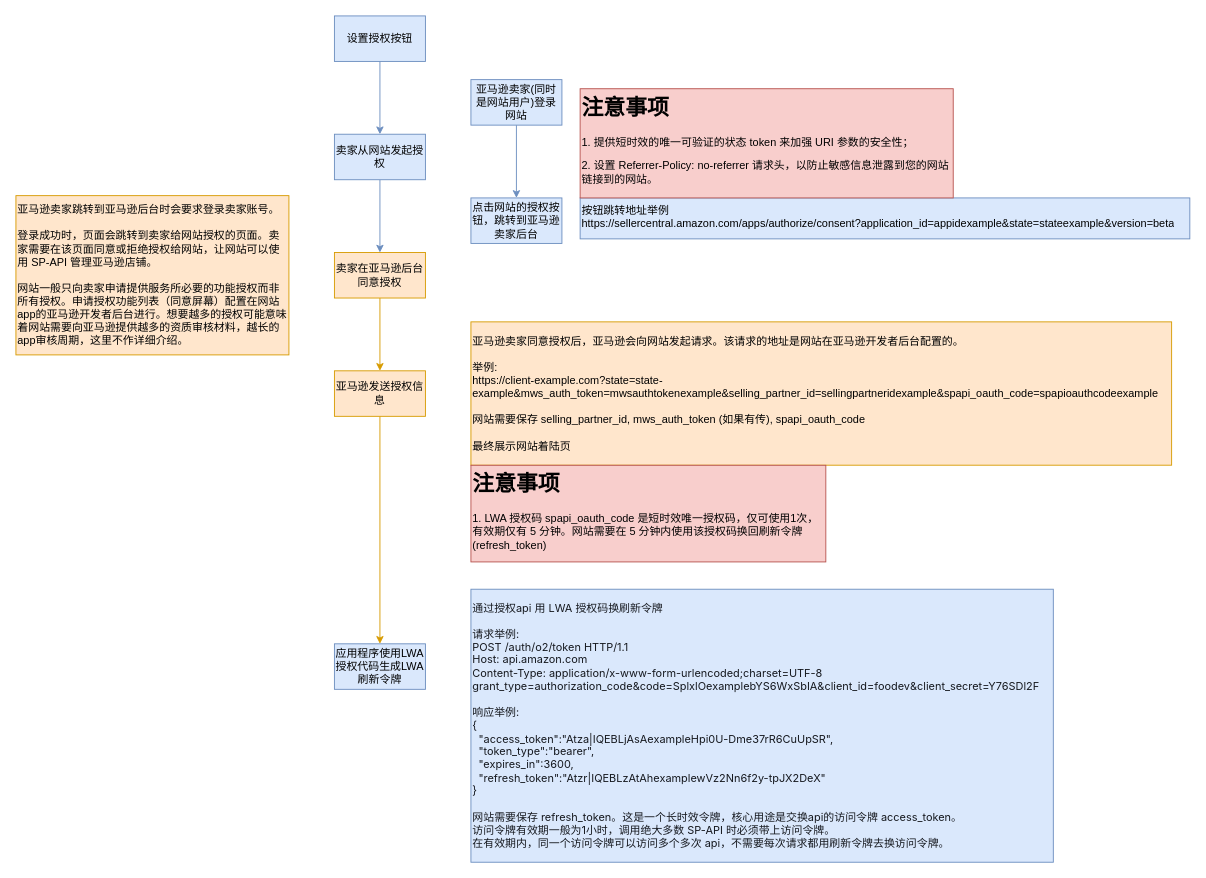
This is 网站授权工作流.drawio from pcandlej/drawio-amazon-spapi, a draw.io file, before an edit. Source tidied: cells renumbered, new cells numbered last; positions are measured from the earlier drawing's top-left corner, leaving out a move shared by most shapes. Both pictures are drawn from the tidied source at 91%, with x=0, y=0 at pixel (15, 15).
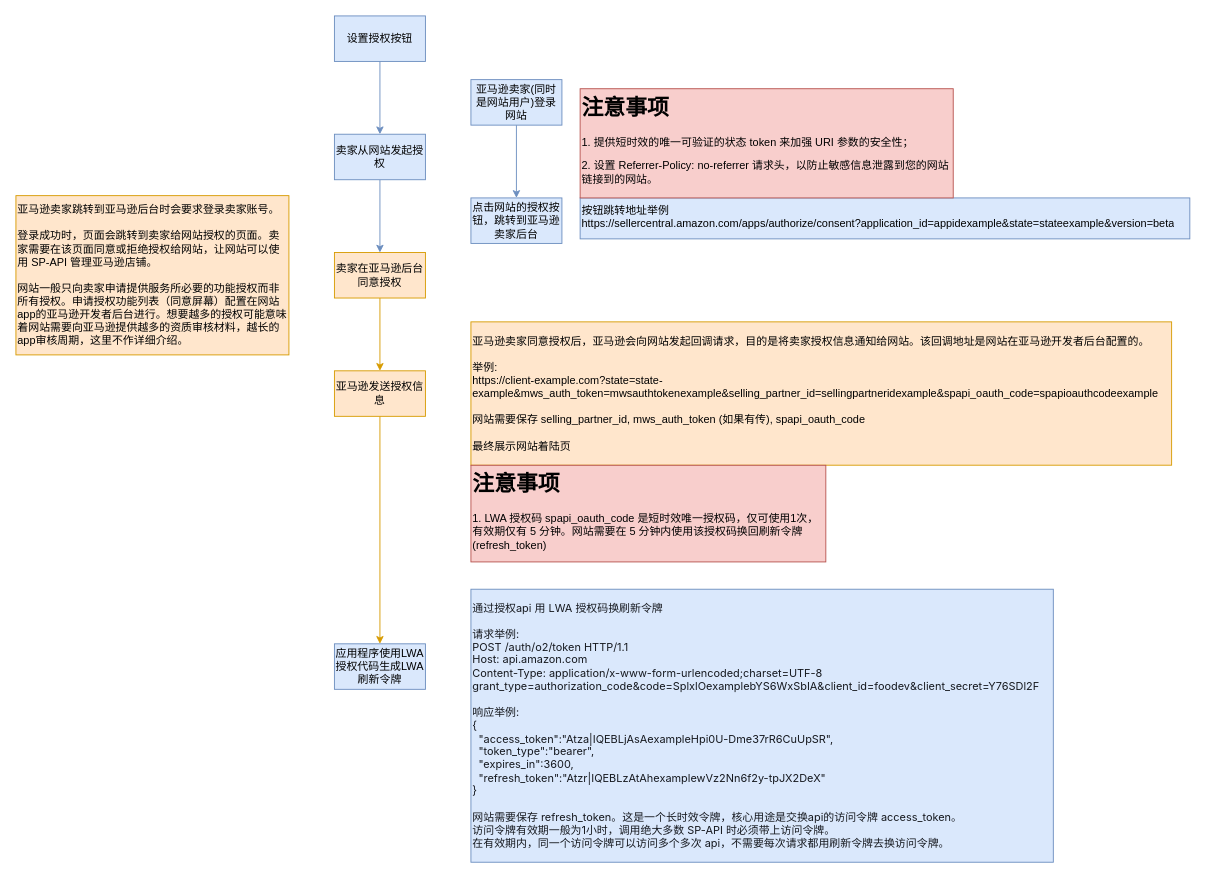
The same page after the edit.

Commit message:
更新网站授权工作流.drawio

Change to the diagram source:
```diff
@@
 <mxGraphModel>
   <root>
     <mxCell id="0" />
     <mxCell id="1" parent="0" />
     <mxCell id="2" style="edgeStyle=orthogonalEdgeStyle;rounded=0;jettySize=auto;html=1;fillColor=#dae8fc;strokeColor=#6c8ebf;" parent="1" edge="1" source="3" target="5">
       <mxGeometry relative="1" as="geometry" />
     </mxCell>
     <mxCell id="3" value="设置授权按钮" style="html=1;dashed=0;whiteSpace=wrap;fillColor=#dae8fc;strokeColor=#6c8ebf;" parent="1" vertex="1">
       <mxGeometry x="350" width="100" height="50" as="geometry" />
     </mxCell>
     <mxCell id="4" style="edgeStyle=orthogonalEdgeStyle;rounded=0;jettySize=auto;html=1;fillColor=#dae8fc;strokeColor=#6c8ebf;" parent="1" edge="1" source="5" target="7">
       <mxGeometry relative="1" as="geometry" />
     </mxCell>
     <mxCell id="5" value="卖家从网站发起授权" style="html=1;dashed=0;whiteSpace=wrap;fillColor=#dae8fc;strokeColor=#6c8ebf;" parent="1" vertex="1">
       <mxGeometry x="350" y="130" width="100" height="50" as="geometry" />
     </mxCell>
     <mxCell id="6" style="edgeStyle=orthogonalEdgeStyle;rounded=0;jettySize=auto;html=1;fillColor=#ffe6cc;strokeColor=#d79b00;" parent="1" edge="1" source="7" target="9">
       <mxGeometry relative="1" as="geometry" />
     </mxCell>
     <mxCell id="7" value="卖家在亚马逊后台同意授权" style="html=1;dashed=0;whiteSpace=wrap;fillColor=#ffe6cc;strokeColor=#d79b00;" parent="1" vertex="1">
       <mxGeometry x="350" y="260" width="100" height="50" as="geometry" />
     </mxCell>
     <mxCell id="8" style="edgeStyle=orthogonalEdgeStyle;rounded=0;jettySize=auto;html=1;fillColor=#ffe6cc;strokeColor=#d79b00;" parent="1" edge="1" source="9" target="15">
       <mxGeometry relative="1" as="geometry" />
     </mxCell>
     <mxCell id="9" value="亚马逊发送授权信息" style="html=1;dashed=0;whiteSpace=wrap;fillColor=#ffe6cc;strokeColor=#d79b00;" parent="1" vertex="1">
       <mxGeometry x="350" y="390" width="100" height="50" as="geometry" />
     </mxCell>
     <mxCell id="10" style="edgeStyle=orthogonalEdgeStyle;rounded=0;jettySize=auto;html=1;fillColor=#dae8fc;strokeColor=#6c8ebf;" parent="1" edge="1" source="11" target="12">
       <mxGeometry relative="1" as="geometry" />
     </mxCell>
     <mxCell id="11" value="亚马逊卖家(同时是网站用户)登录网站" style="html=1;dashed=0;whiteSpace=wrap;fillColor=#dae8fc;strokeColor=#6c8ebf;" parent="1" vertex="1">
       <mxGeometry x="500" y="70" width="100" height="50" as="geometry" />
     </mxCell>
     <mxCell id="12" value="点击网站的授权按钮，跳转到亚马逊卖家后台" style="html=1;dashed=0;whiteSpace=wrap;fillColor=#dae8fc;strokeColor=#6c8ebf;" parent="1" vertex="1">
       <mxGeometry x="500" y="200" width="100" height="50" as="geometry" />
     </mxCell>
     <mxCell id="13" value="按钮跳转地址举例&#10;https://sellercentral.amazon.com/apps/authorize/consent?application_id=appidexample&amp;state=stateexample&amp;version=beta&#10;" style="text;whiteSpace=wrap;overflow=hidden;rounded=0;fillColor=#dae8fc;strokeColor=#6c8ebf;" parent="1" vertex="1">
       <mxGeometry x="620" y="200" width="670" height="45" as="geometry" />
     </mxCell>
     <mxCell id="14" value="&lt;h1 style=&quot;margin-top: 0px;&quot;&gt;注意事项&lt;/h1&gt;&lt;p&gt;1. 提供短时效的唯一可验证的状态 token 来加强 URI 参数的安全性；&lt;/p&gt;&lt;p&gt;2. 设置&amp;nbsp;Referrer-Policy: no-referrer 请求头，以防止敏感信息泄露到您的网站链接到的网站。&lt;/p&gt;" style="text;html=1;whiteSpace=wrap;overflow=hidden;rounded=0;fillColor=#f8cecc;strokeColor=#b85450;" parent="1" vertex="1">
       <mxGeometry x="620" y="80" width="410" height="120" as="geometry" />
     </mxCell>
     <mxCell id="15" value="应用程序使用LWA授权代码生成LWA刷新令牌" style="html=1;dashed=0;whiteSpace=wrap;fillColor=#dae8fc;strokeColor=#6c8ebf;" parent="1" vertex="1">
       <mxGeometry x="350" y="690" width="100" height="50" as="geometry" />
     </mxCell>
     <mxCell id="16" value="亚马逊卖家跳转到亚马逊后台时会要求登录卖家账号。&lt;div&gt;&lt;br&gt;&lt;div&gt;登录成功时，页面会跳转到卖家给网站授权的页面。卖家需要在该页面同意或拒绝授权给网站，让网站可以使用 SP-API 管理亚马逊店铺。&lt;/div&gt;&lt;/div&gt;&lt;div&gt;&lt;br&gt;&lt;/div&gt;&lt;div&gt;网站一般只向卖家申请提供服务所必要的功能授权而非所有授权。申请授权功能列表（同意屏幕）配置在网站app的亚马逊开发者后台进行。想要越多的授权可能意味着网站需要向亚马逊提供越多的资质审核材料，越长的app审核周期，这里不作详细介绍。&lt;/div&gt;" style="text;html=1;align=left;verticalAlign=middle;whiteSpace=wrap;rounded=0;fillColor=#ffe6cc;strokeColor=#d79b00;" parent="1" vertex="1">
       <mxGeometry y="197.5" width="300" height="175" as="geometry" />
     </mxCell>
-    <mxCell id="17" value="亚马逊卖家同意授权后，亚马逊会向网站发起请求。该请求的地址是网站在亚马逊开发者后台配置的。&lt;div&gt;&lt;br&gt;&lt;/div&gt;&lt;div&gt;举例:&lt;/div&gt;&lt;div&gt;https://client-example.com?state=state-example&amp;amp;mws_auth_token=mwsauthtokenexample&amp;amp;selling_partner_id=sellingpartneridexample&amp;amp;spapi_oauth_code=spapioauthcodeexample&lt;br&gt;&lt;/div&gt;&lt;div&gt;&lt;br&gt;&lt;/div&gt;&lt;div&gt;网站需要保存 selling_partner_id, mws_auth_token (如果有传), spapi_oauth_code&lt;/div&gt;&lt;div&gt;&lt;br&gt;&lt;/div&gt;&lt;div&gt;最终展示网站着陆页&lt;/div&gt;" style="text;html=1;align=left;verticalAlign=middle;whiteSpace=wrap;rounded=0;fillColor=#ffe6cc;strokeColor=#d79b00;" parent="1" vertex="1">
+    <mxCell id="17" value="亚马逊卖家同意授权后，亚马逊会向网站发起回调请求，目的是将卖家授权信息通知给网站。该回调地址是网站在亚马逊开发者后台配置的。&lt;div&gt;&lt;br&gt;&lt;/div&gt;&lt;div&gt;举例:&lt;/div&gt;&lt;div&gt;https://client-example.com?state=state-example&amp;amp;mws_auth_token=mwsauthtokenexample&amp;amp;selling_partner_id=sellingpartneridexample&amp;amp;spapi_oauth_code=spapioauthcodeexample&lt;br&gt;&lt;/div&gt;&lt;div&gt;&lt;br&gt;&lt;/div&gt;&lt;div&gt;网站需要保存 selling_partner_id, mws_auth_token (如果有传), spapi_oauth_code&lt;/div&gt;&lt;div&gt;&lt;br&gt;&lt;/div&gt;&lt;div&gt;最终展示网站着陆页&lt;/div&gt;" style="text;html=1;align=left;verticalAlign=middle;whiteSpace=wrap;rounded=0;fillColor=#ffe6cc;strokeColor=#d79b00;" parent="1" vertex="1">
       <mxGeometry x="500" y="336.2" width="770" height="157.5" as="geometry" />
     </mxCell>
     <mxCell id="18" value="&lt;h1 style=&quot;margin-top: 0px;&quot;&gt;注意事项&lt;/h1&gt;&lt;p&gt;1. LWA 授权码 spapi_oauth_code 是短时效唯一授权码，仅可使用1次，有效期仅有 5 分钟。网站需要在 5 分钟内使用该授权码换回刷新令牌(refresh_token)&lt;/p&gt;" style="text;html=1;whiteSpace=wrap;overflow=hidden;rounded=0;fillColor=#f8cecc;strokeColor=#b85450;" parent="1" vertex="1">
       <mxGeometry x="500" y="493.8" width="390" height="106.2" as="geometry" />
     </mxCell>
     <mxCell id="19" value="&lt;div&gt;&lt;span style=&quot;white-space: pre; color: rgb(22, 25, 31); font-family: Ember, -apple-system, system-ui, &amp;quot;Segoe UI&amp;quot;, Roboto, Oxygen, Ubuntu, Cantarell, &amp;quot;Fira Sans&amp;quot;, &amp;quot;Droid Sans&amp;quot;, &amp;quot;Helvetica Neue&amp;quot;, sans-serif; background-color: initial;&quot;&gt;通过授权api 用 LWA 授权码换刷新令牌&lt;/span&gt;&lt;br&gt;&lt;/div&gt;&lt;div&gt;&lt;span style=&quot;white-space: pre; color: rgb(22, 25, 31); font-family: Ember, -apple-system, system-ui, &amp;quot;Segoe UI&amp;quot;, Roboto, Oxygen, Ubuntu, Cantarell, &amp;quot;Fira Sans&amp;quot;, &amp;quot;Droid Sans&amp;quot;, &amp;quot;Helvetica Neue&amp;quot;, sans-serif; background-color: initial;&quot;&gt;&lt;br&gt;&lt;/span&gt;&lt;/div&gt;&lt;div&gt;&lt;font face=&quot;Ember, -apple-system, system-ui, Segoe UI, Roboto, Oxygen, Ubuntu, Cantarell, Fira Sans, Droid Sans, Helvetica Neue, sans-serif&quot; color=&quot;#16191f&quot;&gt;&lt;span style=&quot;white-space: pre;&quot;&gt;请求举例:&lt;/span&gt;&lt;/font&gt;&lt;/div&gt;&lt;font style=&quot;font-size: 12px;&quot; face=&quot;Ember, -apple-system, system-ui, Segoe UI, Roboto, Oxygen, Ubuntu, Cantarell, Fira Sans, Droid Sans, Helvetica Neue, sans-serif&quot; color=&quot;#16191f&quot;&gt;&lt;span style=&quot;white-space: pre;&quot;&gt;POST /auth/o2/token HTTP/1.1&lt;br&gt;Host: api.amazon.com&lt;br&gt;Content-Type: application/x-www-form-urlencoded;charset=UTF-8&lt;br&gt;grant_type=authorization_code&amp;amp;code=SplxlOexamplebYS6WxSbIA&amp;amp;client_id=foodev&amp;amp;client_secret=Y76SDl2F&lt;/span&gt;&lt;/font&gt;&lt;div&gt;&lt;font style=&quot;font-size: 12px;&quot; face=&quot;Ember, -apple-system, system-ui, Segoe UI, Roboto, Oxygen, Ubuntu, Cantarell, Fira Sans, Droid Sans, Helvetica Neue, sans-serif&quot; color=&quot;#16191f&quot;&gt;&lt;span style=&quot;white-space: pre;&quot;&gt;&lt;br&gt;&lt;/span&gt;&lt;/font&gt;&lt;/div&gt;&lt;div&gt;&lt;font style=&quot;font-size: 12px;&quot; face=&quot;Ember, -apple-system, system-ui, Segoe UI, Roboto, Oxygen, Ubuntu, Cantarell, Fira Sans, Droid Sans, Helvetica Neue, sans-serif&quot; color=&quot;#16191f&quot;&gt;&lt;span style=&quot;white-space: pre;&quot;&gt;响应举例:&lt;/span&gt;&lt;/font&gt;&lt;/div&gt;&lt;div&gt;&lt;font face=&quot;Ember, -apple-system, system-ui, Segoe UI, Roboto, Oxygen, Ubuntu, Cantarell, Fira Sans, Droid Sans, Helvetica Neue, sans-serif&quot; color=&quot;#16191f&quot;&gt;&lt;span style=&quot;white-space: pre;&quot;&gt;&lt;div style=&quot;&quot;&gt;{&lt;/div&gt;&lt;div style=&quot;&quot;&gt;&amp;nbsp; &quot;access_token&quot;:&quot;Atza|IQEBLjAsAexampleHpi0U-Dme37rR6CuUpSR&quot;,&lt;/div&gt;&lt;div style=&quot;&quot;&gt;&amp;nbsp; &quot;token_type&quot;:&quot;bearer&quot;,&lt;/div&gt;&lt;div style=&quot;&quot;&gt;&amp;nbsp; &quot;expires_in&quot;:3600,&lt;/div&gt;&lt;div style=&quot;&quot;&gt;&amp;nbsp; &quot;refresh_token&quot;:&quot;Atzr|IQEBLzAtAhexamplewVz2Nn6f2y-tpJX2DeX&quot;&lt;/div&gt;&lt;div style=&quot;&quot;&gt;}&lt;/div&gt;&lt;div style=&quot;&quot;&gt;&lt;br&gt;&lt;/div&gt;&lt;div style=&quot;&quot;&gt;网站需要保存 refresh_token。这是一个长时效令牌，核心用途是交换api的访问令牌 access_token。&lt;/div&gt;&lt;div style=&quot;&quot;&gt;访问令牌有效期一般为1小时，调用绝大多数 SP-API 时必须带上访问令牌。&lt;/div&gt;&lt;div style=&quot;&quot;&gt;在有效期内，同一个访问令牌可以访问多个多次 api，不需要每次请求都用刷新令牌去换访问令牌。&lt;/div&gt;&lt;/span&gt;&lt;/font&gt;&lt;/div&gt;" style="text;html=1;align=left;verticalAlign=middle;whiteSpace=wrap;rounded=0;fillColor=#dae8fc;strokeColor=#6c8ebf;" parent="1" vertex="1">
       <mxGeometry x="500" y="630" width="640" height="300" as="geometry" />
     </mxCell>
   </root>
 </mxGraphModel>
```
